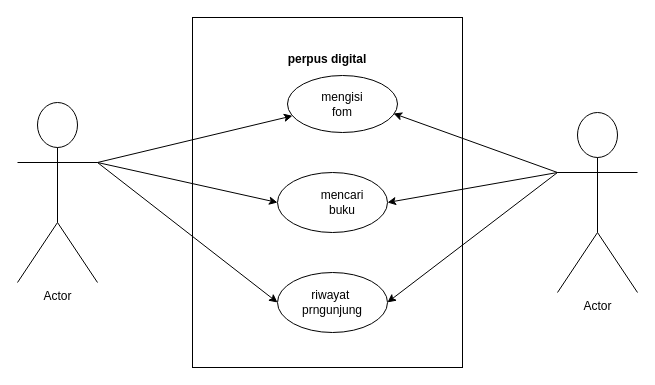
This is use-case-diagram-perpus-digital.drawio from slsaamelia/perpus-digital, a draw.io file, before an edit. Source tidied: cells renumbered, new cells numbered last; positions are measured from the earlier drawing's top-left corner, leaving out a move shared by most shapes. Both pictures are drawn from the tidied source at 100%, with x=0, y=0 at pixel (17, 17).
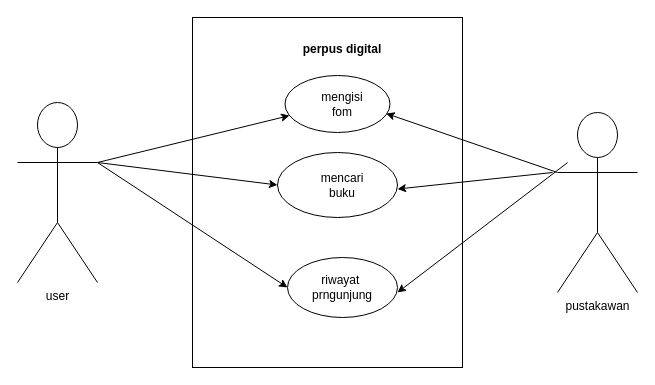
After the change.

The change refers to these unchanged cells:
```xml
<mxCell id="2" style="whiteSpace=wrap;html=1;" parent="1" vertex="1">
  <mxGeometry x="175" width="270" height="350" as="geometry" />
</mxCell>
```

The edit, as a diff of the source:
```diff
@@
     <mxCell id="3" value="&lt;b&gt;perpus digital&lt;/b&gt;" style="text;html=1;strokeColor=none;fillColor=none;align=center;verticalAlign=middle;whiteSpace=wrap;rounded=0;rotation=0;" parent="1" vertex="1">
-      <mxGeometry x="240" y="25" width="140" height="33" as="geometry" />
+      <mxGeometry x="255" y="15" width="140" height="33" as="geometry" />
     </mxCell>
     <mxCell id="4" style="ellipse;whiteSpace=wrap;html=1;" parent="1" vertex="1">
-      <mxGeometry x="270" y="58" width="110" height="57" as="geometry" />
+      <mxGeometry x="267.5" y="58" width="105" height="57" as="geometry" />
     </mxCell>
-    <mxCell id="5" style="ellipse;whiteSpace=wrap;html=1;" parent="1" vertex="1">
-      <mxGeometry x="260" y="155" width="110" height="60" as="geometry" />
-    </mxCell>
     <mxCell id="6" style="ellipse;whiteSpace=wrap;html=1;" parent="1" vertex="1">
-      <mxGeometry x="260" y="255" width="110" height="60" as="geometry" />
+      <mxGeometry x="270" y="240" width="110" height="60" as="geometry" />
     </mxCell>
-    <mxCell id="7" value="Actor" style="shape=umlActor;verticalLabelPosition=bottom;verticalAlign=top;html=1;outlineConnect=0;" parent="1" vertex="1">
+    <mxCell id="7" value="user" style="shape=umlActor;verticalLabelPosition=bottom;verticalAlign=top;html=1;outlineConnect=0;" parent="1" vertex="1">
       <mxGeometry y="85" width="80" height="180" as="geometry" />
     </mxCell>
-    <mxCell id="8" value="Actor" style="shape=umlActor;verticalLabelPosition=bottom;verticalAlign=top;html=1;" parent="1" vertex="1">
+    <mxCell id="8" value="pustakawan" style="shape=umlActor;verticalLabelPosition=bottom;verticalAlign=top;html=1;" parent="1" vertex="1">
       <mxGeometry x="540" y="95" width="80" height="180" as="geometry" />
     </mxCell>
@@
-    <mxCell id="10" style="endArrow=classic;html=1;rounded=0;entryX=0;entryY=0.5;entryDx=0;entryDy=0;" parent="1" edge="1" target="5">
-      <mxGeometry relative="1" as="geometry">
-        <mxPoint x="80" y="145" as="sourcePoint" />
-      </mxGeometry>
-    </mxCell>
@@
-    <mxCell id="13" style="endArrow=classic;html=1;rounded=0;entryX=1;entryY=0.5;entryDx=0;entryDy=0;" parent="1" edge="1" target="5">
+    <mxCell id="13" style="endArrow=classic;html=1;rounded=0;" parent="1" edge="1">
       <mxGeometry relative="1" as="geometry">
-        <mxPoint x="540" y="155" as="sourcePoint" />
+        <mxPoint x="535" y="155" as="sourcePoint" />
+        <mxPoint x="380" y="171.5" as="targetPoint" />
       </mxGeometry>
     </mxCell>
-    <mxCell id="14" style="endArrow=classic;html=1;rounded=0;entryX=0.722;entryY=0.814;entryDx=0;entryDy=0;entryPerimeter=0;" parent="1" edge="1" target="2">
+    <mxCell id="14" style="endArrow=classic;html=1;rounded=0;entryX=0.722;entryY=0.814;entryDx=0;entryDy=0;entryPerimeter=0;" parent="1" edge="1">
       <mxGeometry relative="1" as="geometry">
-        <mxPoint x="540" y="155" as="sourcePoint" />
+        <mxPoint x="550.1" y="145.1" as="sourcePoint" />
+        <mxPoint x="380" y="275" as="targetPoint" />
       </mxGeometry>
     </mxCell>
     <mxCell id="15" value="riwayat&amp;nbsp;&lt;br&gt;prngunjung" style="text;html=1;strokeColor=none;fillColor=none;align=center;verticalAlign=middle;whiteSpace=wrap;rounded=0;" parent="1" vertex="1">
-      <mxGeometry x="285" y="270" width="60" height="30" as="geometry" />
+      <mxGeometry x="295" y="255" width="60" height="30" as="geometry" />
     </mxCell>
@@
+    <mxCell id="18" style="ellipse;whiteSpace=wrap;html=1;" parent="1" vertex="1">
+      <mxGeometry x="260" y="135" width="120" height="65" as="geometry" />
+    </mxCell>
+    <mxCell id="19" style="endArrow=classic;html=1;rounded=0;entryX=0;entryY=0.5;entryDx=0;entryDy=0;exitX=1;exitY=0.3333333333333333;exitDx=0;exitDy=0;exitPerimeter=0;" parent="1" edge="1" source="7" target="18">
+      <mxGeometry relative="1" as="geometry" />
+    </mxCell>
-    <mxCell id="17" value="mencari&lt;br&gt;buku" style="text;html=1;strokeColor=none;fillColor=none;align=center;verticalAlign=middle;whiteSpace=wrap;rounded=0;" parent="1" vertex="1">
-      <mxGeometry x="295" y="170" width="60" height="30" as="geometry" />
+    <mxCell id="17" value="mencari buku" style="text;html=1;strokeColor=none;fillColor=none;align=center;verticalAlign=middle;whiteSpace=wrap;rounded=0;" parent="1" vertex="1">
+      <mxGeometry x="295" y="152.5" width="60" height="30" as="geometry" />
     </mxCell>
```
